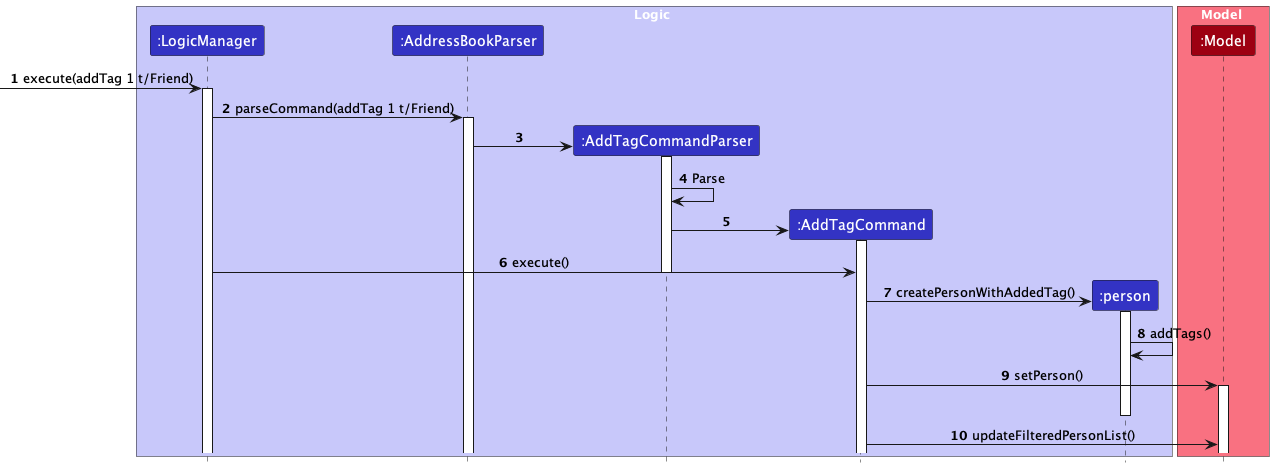
The PlantUML diagram diagrams/AddTagSequenceDiagram.png in AY2324S1-CS2103-W14-1/tp, before a commit.
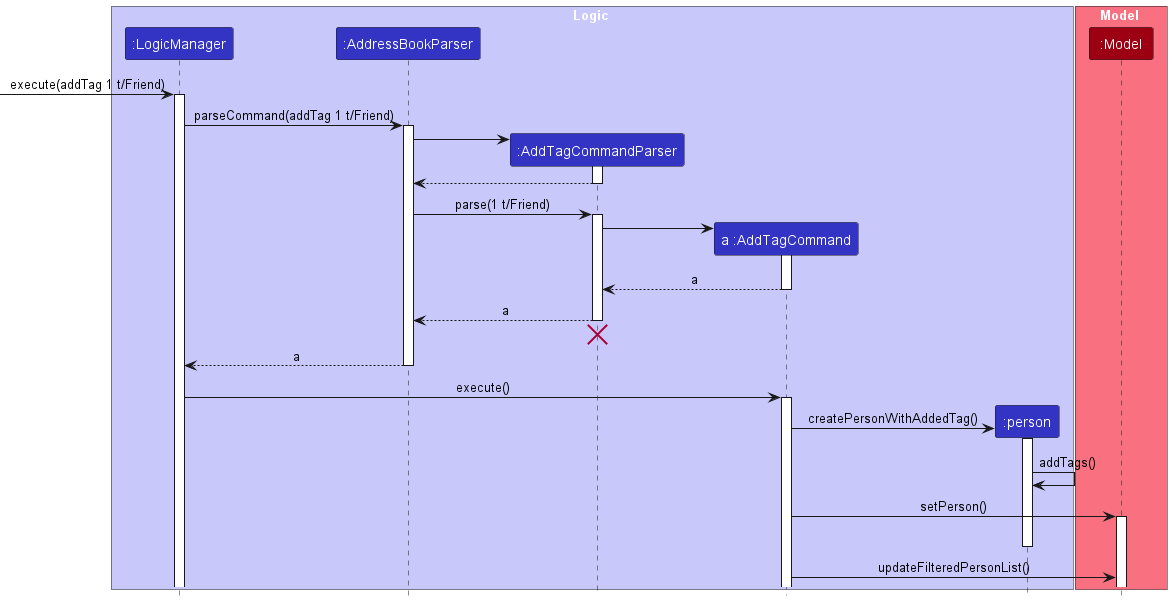
After the commit.

The edit, as a diff of the source:
```diff
@@ -6,7 +6,7 @@
 participant ":LogicManager" as LogicManager LOGIC_COLOR
 participant ":AddressBookParser" as AddressBookParser LOGIC_COLOR
 participant ":AddTagCommandParser" as AddTagCommandParser LOGIC_COLOR
-participant ":AddTagCommand" as AddTagCommand LOGIC_COLOR
+participant "a :AddTagCommand" as AddTagCommand LOGIC_COLOR
 participant ":person" as Person LOGIC_COLOR
 end box
 
@@ -14,7 +14,6 @@
 participant ":Model" as Model MODEL_COLOR
 end box
 
-autonumber
 [->LogicManager : execute(addTag 1 t/Friend)
 activate LogicManager
 
@@ -25,13 +24,28 @@
 AddressBookParser -> AddTagCommandParser:
 activate AddTagCommandParser
 
-AddTagCommandParser -> AddTagCommandParser : Parse
+AddTagCommandParser --> AddressBookParser
+deactivate AddTagCommandParser
+
+AddressBookParser -> AddTagCommandParser : parse(1 t/Friend)
+activate AddTagCommandParser
 
 create AddTagCommand
 AddTagCommandParser -> AddTagCommand
 activate AddTagCommand
+
+AddTagCommand --> AddTagCommandParser: a
+deactivate AddTagCommand
+
+AddTagCommandParser --> AddressBookParser: a
+deactivate AddTagCommandParser
+AddTagCommandParser -[hidden]-> AddressBookParser
+destroy AddTagCommandParser
+
+AddressBookParser --> LogicManager : a
+deactivate AddressBookParser
 LogicManager -> AddTagCommand : execute()
-deactivate AddTagCommandParser
+activate AddTagCommand
 
 create Person
 AddTagCommand -> Person : createPersonWithAddedTag()
@@ -42,5 +56,4 @@
 activate Model
 deactivate Person
 AddTagCommand -> Model : updateFilteredPersonList()
-
 @enduml
```
